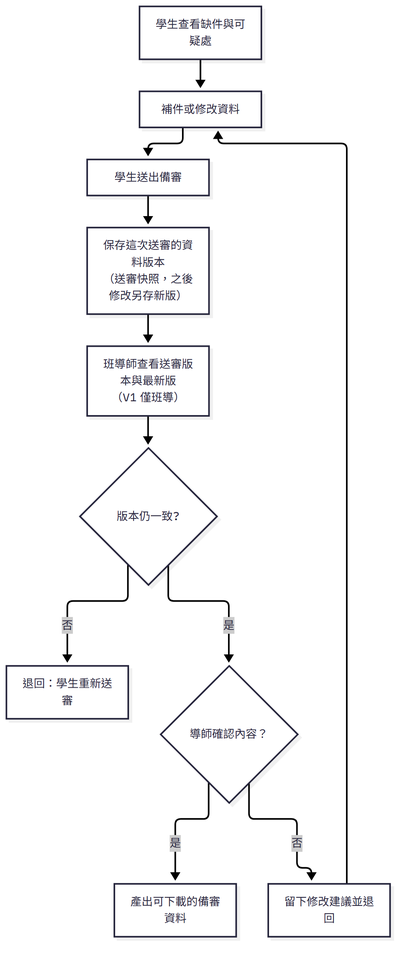
111534107/smart-learning-portfolio-main keeps this Mermaid diagram as docs/images/D-28-review-package-flow.png. Above is the earlier version. Its source is kept beside it as docs/images/D-28-review-package-flow.mmd.
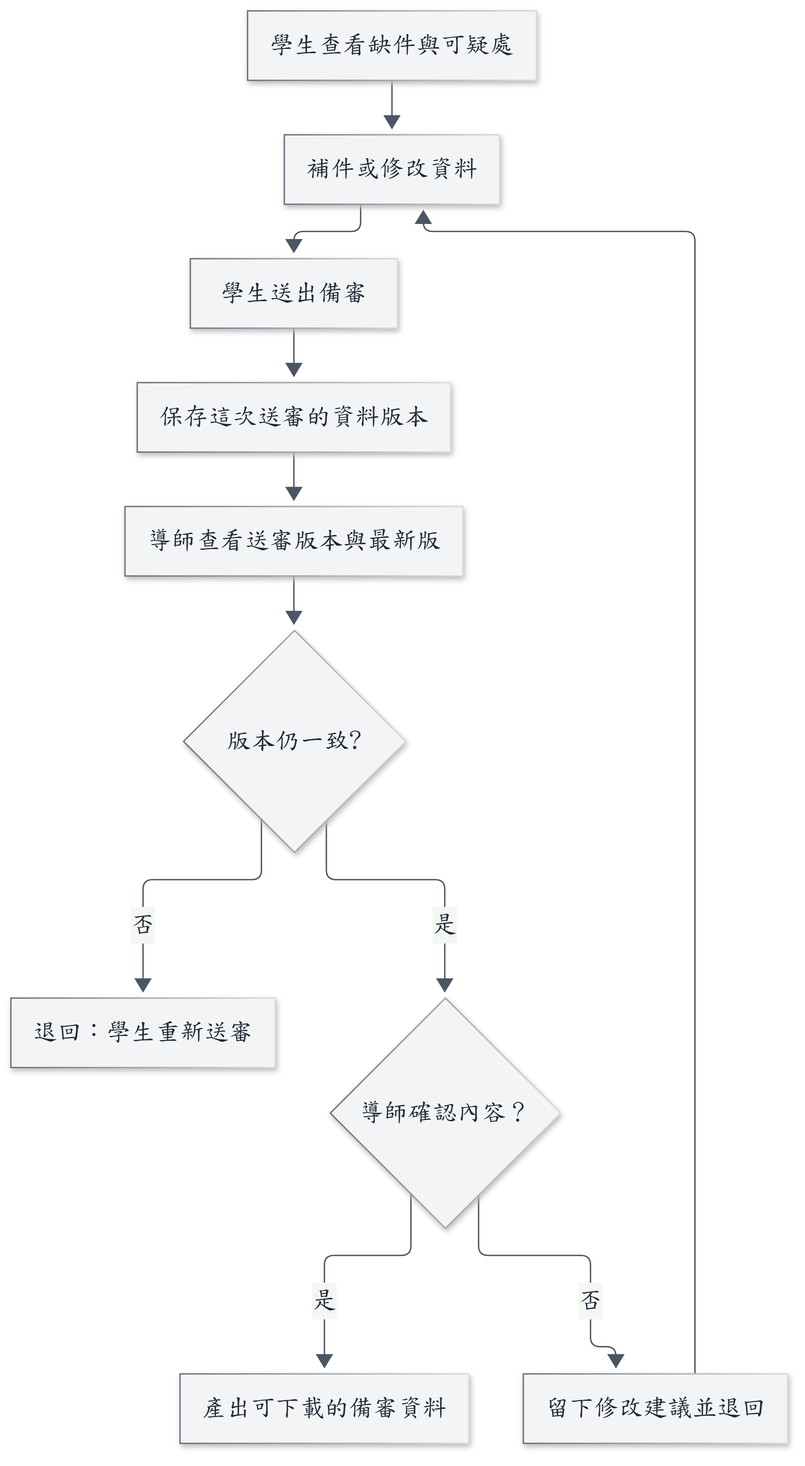
The same file after the commit.

The edit, as a diff of the source:
```diff
@@ -1,8 +1,8 @@
 flowchart TD
   A[學生查看缺件與可疑處] --> B[補件或修改資料]
   B --> C[學生送出備審]
-  C --> D[保存這次送審的資料版本<br/>（送審快照，之後修改另存新版）]
-  D --> E[班導師查看送審版本與最新版<br/>（V1 僅班導）]
+  C --> D[保存這次送審的資料版本]
+  D --> E[導師查看送審版本與最新版]
   E --> F{版本仍一致?}
   F -- 否 --> G[退回：學生重新送審]
   F -- 是 --> H{導師確認內容？}
```
